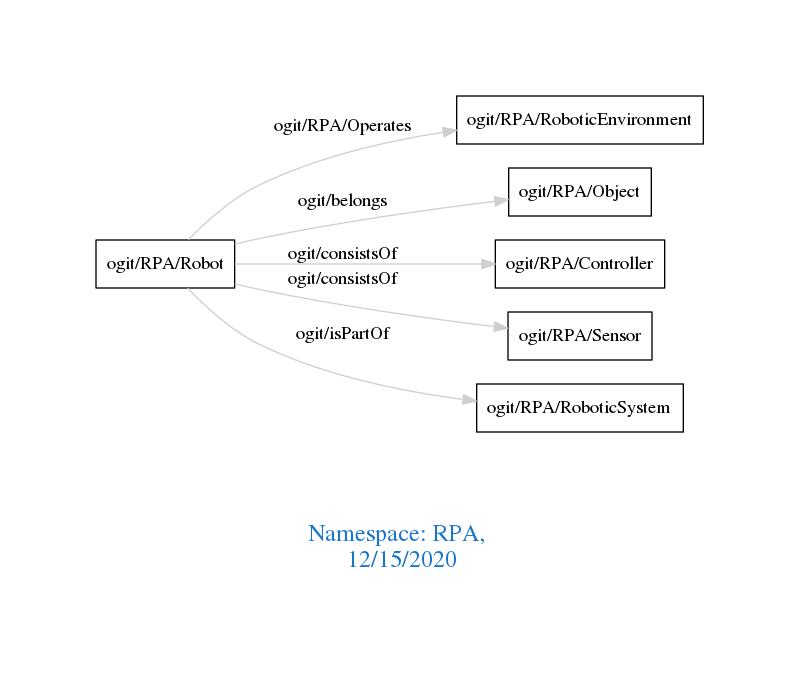
Before: downloads/RPA.png, a diagram exported from Graphviz (arago/OGIT). Its source is kept beside it as downloads/RPA.dot.
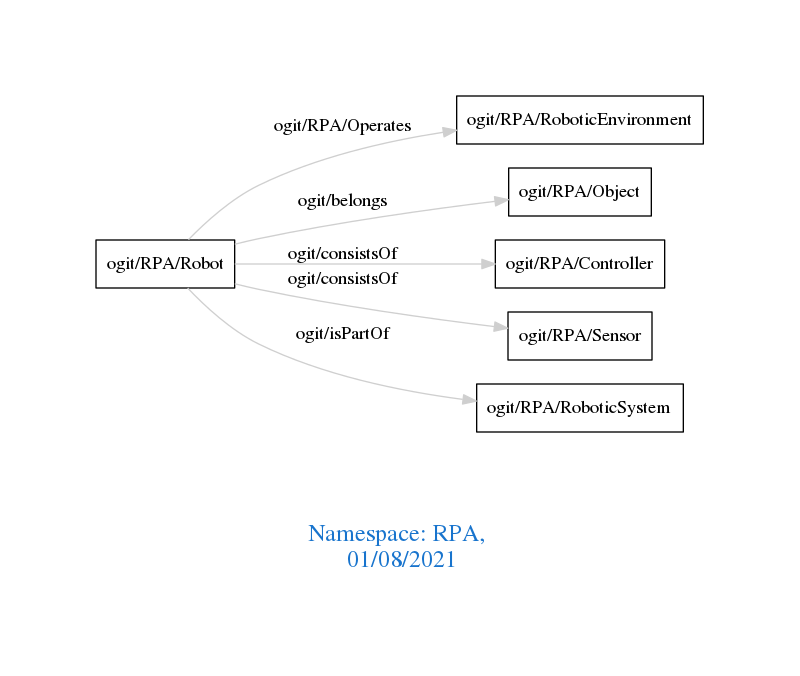
After the commit.

The edit, as a diff of the source:
```diff
@@ -1,7 +1,7 @@
 digraph OGIT_ontology {
  graph [ rankdir= LR,pad=1
 fontsize = 18,
-fontcolor= dodgerblue3,label = "\n\n\nNamespace: RPA, \n 12/15/2020"];
+fontcolor= dodgerblue3,label = "\n\n\nNamespace: RPA, \n 01/08/2021"];
 node[shape=polygon];
 edge [  color="gray81"];
 
```
